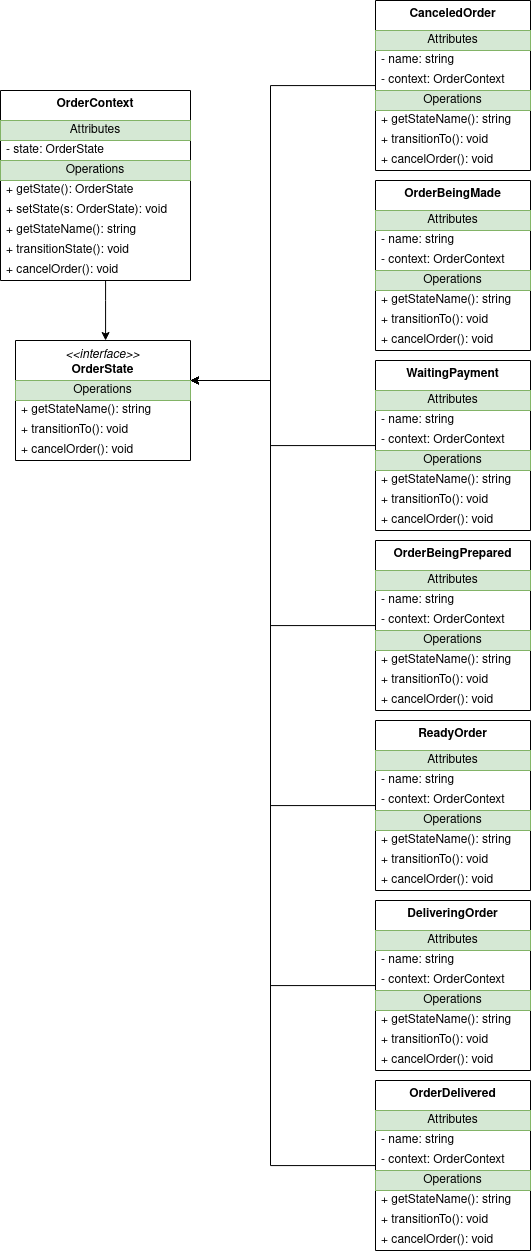
This is docs/State-pattern/state-pattern.drawio.png from doramrx/ElMariachi, a draw.io export, as it was before one commit. Source tidied: cells renumbered, new cells last; positions are measured from the earlier drawing's top-left corner, leaving out a move shared by most shapes.
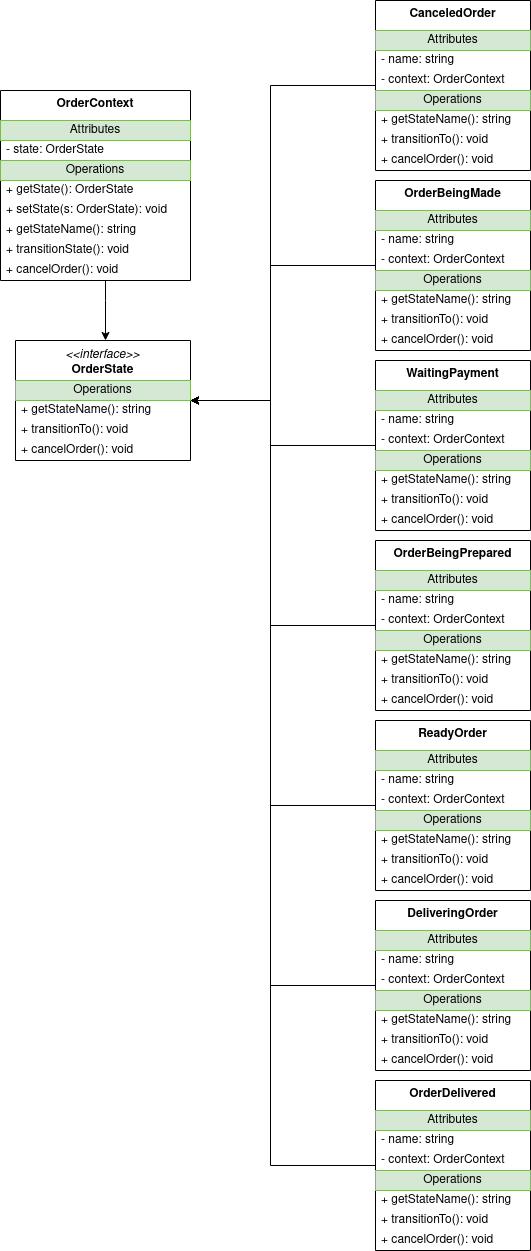
The same file after the commit.

Commit message:
change state and implement cancel order

Change to the diagram source:
```diff
@@ -56,7 +56,7 @@
       <mxGeometry relative="1" as="geometry">
         <Array as="points">
           <mxPoint x="270" y="445" />
-          <mxPoint x="270" y="380" />
+          <mxPoint x="270" y="400" />
         </Array>
       </mxGeometry>
     </mxCell>
@@ -88,7 +88,7 @@
       <mxGeometry relative="1" as="geometry">
         <Array as="points">
           <mxPoint x="270" y="85" />
-          <mxPoint x="270" y="380" />
+          <mxPoint x="270" y="400" />
         </Array>
       </mxGeometry>
     </mxCell>
@@ -120,7 +120,7 @@
       <mxGeometry relative="1" as="geometry">
         <Array as="points">
           <mxPoint x="270" y="625" />
-          <mxPoint x="270" y="380" />
+          <mxPoint x="270" y="400" />
         </Array>
       </mxGeometry>
     </mxCell>
@@ -152,7 +152,7 @@
       <mxGeometry relative="1" as="geometry">
         <Array as="points">
           <mxPoint x="270" y="805" />
-          <mxPoint x="270" y="380" />
+          <mxPoint x="270" y="400" />
         </Array>
       </mxGeometry>
     </mxCell>
@@ -184,7 +184,7 @@
       <mxGeometry relative="1" as="geometry">
         <Array as="points">
           <mxPoint x="270" y="985" />
-          <mxPoint x="270" y="380" />
+          <mxPoint x="270" y="400" />
         </Array>
       </mxGeometry>
     </mxCell>
@@ -216,7 +216,7 @@
       <mxGeometry relative="1" as="geometry">
         <Array as="points">
           <mxPoint x="270" y="1165" />
-          <mxPoint x="270" y="380" />
+          <mxPoint x="270" y="400" />
         </Array>
       </mxGeometry>
     </mxCell>
@@ -244,6 +244,14 @@
     <mxCell id="70" value="+ cancelOrder(): void" style="text;html=1;strokeColor=none;fillColor=none;align=left;verticalAlign=middle;spacingLeft=4;spacingRight=4;overflow=hidden;whiteSpace=wrap;" parent="63" vertex="1">
       <mxGeometry y="150" width="155" height="20" as="geometry" />
     </mxCell>
+    <mxCell id="79" style="edgeStyle=orthogonalEdgeStyle;rounded=0;jettySize=auto;html=1;" parent="1" edge="1" source="71" target="2">
+      <mxGeometry relative="1" as="geometry">
+        <Array as="points">
+          <mxPoint x="270" y="265" />
+          <mxPoint x="270" y="400" />
+        </Array>
+      </mxGeometry>
+    </mxCell>
     <mxCell id="71" value="&lt;b&gt;OrderBeingMade&lt;/b&gt;" style="swimlane;fontStyle=0;align=center;verticalAlign=top;horizontal=1;startSize=30;html=1;whiteSpace=wrap;" parent="1" vertex="1">
       <mxGeometry x="375" y="180" width="155" height="170" as="geometry" />
     </mxCell>
```
